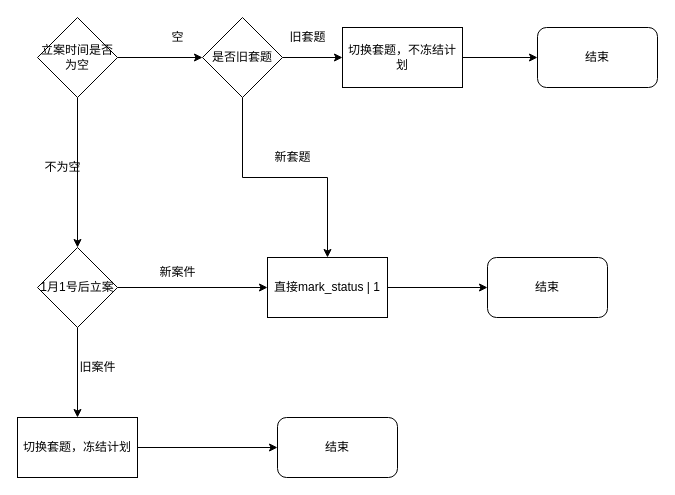
This is picture/协助修改100倍案件.drawio from canonhuu/rm, a draw.io file, before an edit. Source tidied: cells renumbered, new cells numbered last; positions are measured from the earlier drawing's top-left corner, leaving out a move shared by most shapes. Both pictures are drawn from the tidied source at 100%, with x=0, y=0 at pixel (17, 17).
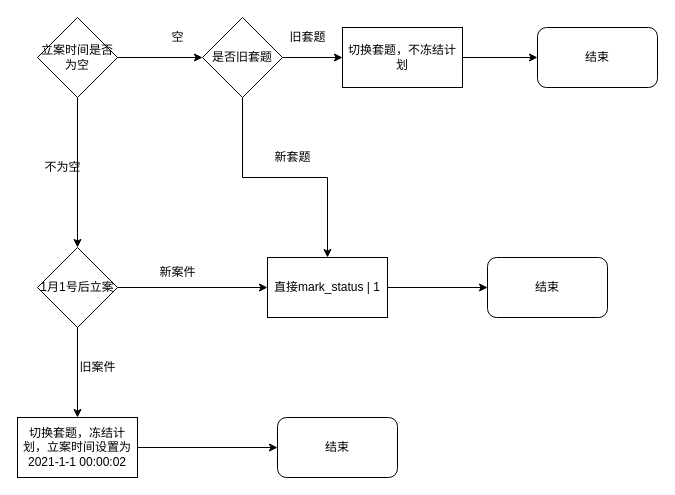
Above is the later version.

Commit message:
更新协助修改100倍案件.drawio

Diff of the diagram source:
```diff
@@
-    <mxCell id="10" value="切换套题，冻结计划" style="whiteSpace=wrap;html=1;" parent="1" vertex="1">
+    <mxCell id="10" value="切换套题，冻结计划，立案时间设置为2021-1-1 00:00:02" style="whiteSpace=wrap;html=1;" parent="1" vertex="1">
       <mxGeometry y="400" width="120" height="60" as="geometry" />
     </mxCell>
```
